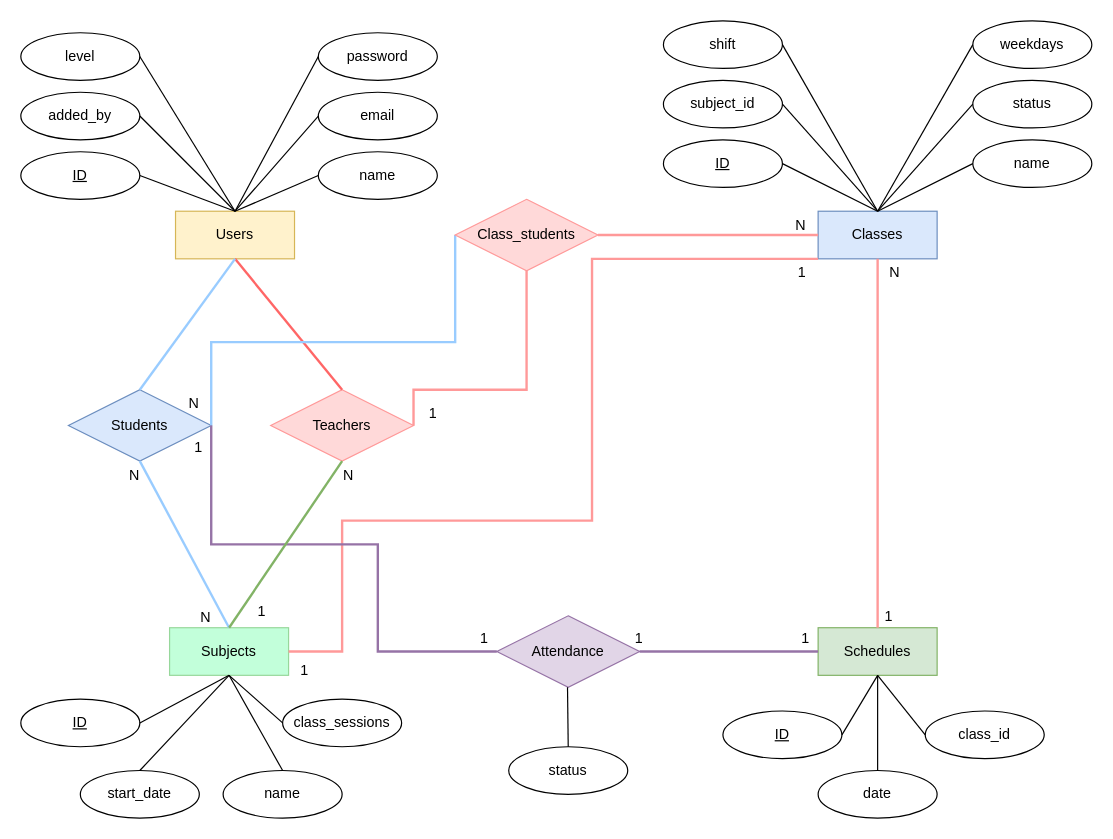
The draw.io diagram page "Trang-1" (1 of 2) of Document/EntityRelationshipModel.drawio in Prox404/doAn2J2schoolTeam21, before the edit. Source tidied: cells renumbered, new cells numbered last; positions are measured from the earlier drawing's top-left corner, leaving out a move shared by most shapes. Both pictures are drawn from the tidied source at 119%, with x=0, y=0 at pixel (20, 20).
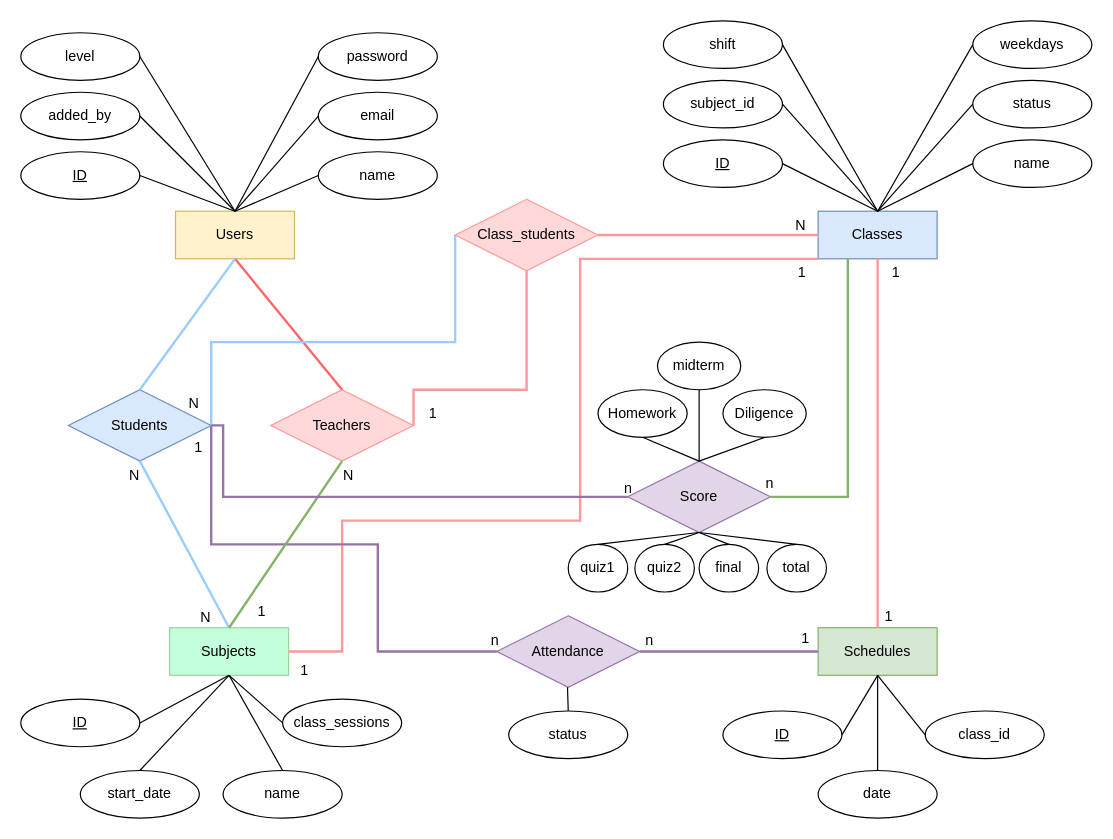
Above is the later version.

The change refers to these unchanged cells:
```xml
<mxCell id="15" value="Classes" style="whiteSpace=wrap;html=1;align=center;fillColor=#dae8fc;strokeColor=#6c8ebf;" parent="1" vertex="1">
  <mxGeometry x="670" y="160" width="100" height="40" as="geometry" />
</mxCell>
<mxCell id="35" value="Subjects" style="whiteSpace=wrap;html=1;align=center;fillColor=#C2FFDA;strokeColor=#97D79B;" parent="1" vertex="1">
  <mxGeometry x="125" y="510" width="100" height="40" as="geometry" />
</mxCell>
```

What changed in the source:
```diff
@@
-    <mxCell id="62" value="N" style="html=1;align=right;verticalAlign=bottom;strokeColor=#FF9999;fillColor=#FFD9D9;" parent="1" vertex="1">
+    <mxCell id="62" value="1" style="html=1;align=right;verticalAlign=bottom;strokeColor=#FF9999;fillColor=#FFD9D9;" parent="1" vertex="1">
       <mxGeometry x="390" y="50" as="geometry">
         <mxPoint x="349" y="170" as="offset" />
       </mxGeometry>
     </mxCell>
@@
     <mxCell id="64" style="endArrow=none;html=1;rounded=0;strokeColor=#FF9999;strokeWidth=2;exitX=1;exitY=0.5;exitDx=0;exitDy=0;entryX=0;entryY=1;entryDx=0;entryDy=0;edgeStyle=orthogonalEdgeStyle;" parent="1" edge="1" source="35" target="15">
       <mxGeometry relative="1" as="geometry">
         <Array as="points">
           <mxPoint x="270" y="530" />
           <mxPoint x="270" y="420" />
-          <mxPoint x="480" y="420" />
-          <mxPoint x="480" y="200" />
+          <mxPoint x="470" y="420" />
+          <mxPoint x="470" y="200" />
         </Array>
       </mxGeometry>
     </mxCell>
@@
-    <mxCell id="69" value="1" style="html=1;align=right;verticalAlign=bottom;" parent="1" vertex="1">
+    <mxCell id="69" value="n" style="html=1;align=right;verticalAlign=bottom;" parent="1" vertex="1">
       <mxGeometry x="400" y="520" as="geometry">
-        <mxPoint x="-7" y="7" as="offset" />
+        <mxPoint x="2" y="9" as="offset" />
       </mxGeometry>
     </mxCell>
@@
-    <mxCell id="71" value="1" style="html=1;align=right;verticalAlign=bottom;" parent="1" vertex="1">
+    <mxCell id="71" value="n" style="html=1;align=right;verticalAlign=bottom;" parent="1" vertex="1">
       <mxGeometry x="530" y="520" as="geometry">
-        <mxPoint x="-7" y="7" as="offset" />
+        <mxPoint x="2" y="9" as="offset" />
       </mxGeometry>
     </mxCell>
@@
     <mxCell id="74" value="status" style="ellipse;whiteSpace=wrap;html=1;align=center;" parent="1" vertex="1">
-      <mxGeometry x="410" y="610" width="100" height="40" as="geometry" />
+      <mxGeometry x="410" y="580" width="100" height="40" as="geometry" />
     </mxCell>
@@
+    <mxCell id="76" value="Score" style="shape=rhombus;perimeter=rhombusPerimeter;whiteSpace=wrap;html=1;align=center;fillColor=#e1d5e7;strokeColor=#9673a6;" parent="1" vertex="1">
+      <mxGeometry x="510" y="370" width="120" height="60" as="geometry" />
+    </mxCell>
+    <mxCell id="77" value="n" style="html=1;align=right;verticalAlign=bottom;" parent="1" vertex="1">
+      <mxGeometry x="510" y="390" as="geometry">
+        <mxPoint x="4" y="11" as="offset" />
+      </mxGeometry>
+    </mxCell>
+    <mxCell id="78" value="n" style="html=1;align=right;verticalAlign=bottom;" parent="1" vertex="1">
+      <mxGeometry x="640" y="390" as="geometry">
+        <mxPoint x="-7" y="7" as="offset" />
+      </mxGeometry>
+    </mxCell>
+    <mxCell id="79" value="quiz1" style="ellipse;whiteSpace=wrap;html=1;align=center;" parent="1" vertex="1">
+      <mxGeometry x="460" y="440" width="50" height="40" as="geometry" />
+    </mxCell>
+    <mxCell id="80" style="endArrow=none;html=1;rounded=0;exitX=0.5;exitY=1;exitDx=0;exitDy=0;entryX=0.5;entryY=0;entryDx=0;entryDy=0;" parent="1" edge="1" target="79">
+      <mxGeometry relative="1" as="geometry">
+        <mxPoint x="569.4" y="430" as="sourcePoint" />
+      </mxGeometry>
+    </mxCell>
+    <mxCell id="81" style="endArrow=none;html=1;rounded=0;strokeColor=#9673a6;strokeWidth=2;entryX=0;entryY=0.5;entryDx=0;entryDy=0;edgeStyle=orthogonalEdgeStyle;fillColor=#e1d5e7;" parent="1" edge="1" target="76">
+      <mxGeometry relative="1" as="geometry">
+        <mxPoint x="160" y="340" as="sourcePoint" />
+        <Array as="points">
+          <mxPoint x="170" y="340" />
+          <mxPoint x="170" y="400" />
+        </Array>
+      </mxGeometry>
+    </mxCell>
+    <mxCell id="82" style="endArrow=none;html=1;rounded=0;exitX=0.25;exitY=1;exitDx=0;exitDy=0;entryX=1;entryY=0.5;entryDx=0;entryDy=0;edgeStyle=orthogonalEdgeStyle;fillColor=#d5e8d4;strokeColor=#82b366;strokeWidth=2;" parent="1" edge="1" source="15" target="76">
+      <mxGeometry relative="1" as="geometry">
+        <Array as="points">
+          <mxPoint x="695" y="400" />
+        </Array>
+      </mxGeometry>
+    </mxCell>
+    <mxCell id="83" value="quiz2" style="ellipse;whiteSpace=wrap;html=1;align=center;" parent="1" vertex="1">
+      <mxGeometry x="516" y="440" width="50" height="40" as="geometry" />
+    </mxCell>
+    <mxCell id="84" style="endArrow=none;html=1;rounded=0;exitX=0.5;exitY=0;exitDx=0;exitDy=0;entryX=0.5;entryY=1;entryDx=0;entryDy=0;" parent="1" edge="1" source="83" target="76">
+      <mxGeometry relative="1" as="geometry" />
+    </mxCell>
+    <mxCell id="85" value="Homework" style="ellipse;whiteSpace=wrap;html=1;align=center;" parent="1" vertex="1">
+      <mxGeometry x="485" y="310" width="75" height="40" as="geometry" />
+    </mxCell>
+    <mxCell id="86" style="endArrow=none;html=1;rounded=0;exitX=0.5;exitY=0;exitDx=0;exitDy=0;entryX=0.5;entryY=1;entryDx=0;entryDy=0;" parent="1" edge="1" source="76" target="85">
+      <mxGeometry relative="1" as="geometry" />
+    </mxCell>
+    <mxCell id="87" value="final" style="ellipse;whiteSpace=wrap;html=1;align=center;" parent="1" vertex="1">
+      <mxGeometry x="570" y="440" width="50" height="40" as="geometry" />
+    </mxCell>
+    <mxCell id="88" style="endArrow=none;html=1;rounded=0;exitX=0.5;exitY=0;exitDx=0;exitDy=0;entryX=0.5;entryY=1;entryDx=0;entryDy=0;" parent="1" edge="1" source="87" target="76">
+      <mxGeometry relative="1" as="geometry" />
+    </mxCell>
+    <mxCell id="89" value="Diligence" style="ellipse;whiteSpace=wrap;html=1;align=center;" parent="1" vertex="1">
+      <mxGeometry x="590" y="310" width="70" height="40" as="geometry" />
+    </mxCell>
+    <mxCell id="90" style="endArrow=none;html=1;rounded=0;exitX=0.5;exitY=0;exitDx=0;exitDy=0;entryX=0.5;entryY=1;entryDx=0;entryDy=0;" parent="1" edge="1" source="76" target="89">
+      <mxGeometry relative="1" as="geometry" />
+    </mxCell>
+    <mxCell id="91" value="total" style="ellipse;whiteSpace=wrap;html=1;align=center;" parent="1" vertex="1">
+      <mxGeometry x="627" y="440" width="50" height="40" as="geometry" />
+    </mxCell>
+    <mxCell id="92" style="endArrow=none;html=1;rounded=0;exitX=0.5;exitY=0;exitDx=0;exitDy=0;entryX=0.5;entryY=1;entryDx=0;entryDy=0;" parent="1" edge="1" source="91" target="76">
+      <mxGeometry relative="1" as="geometry" />
+    </mxCell>
+    <mxCell id="93" value="midterm" style="ellipse;whiteSpace=wrap;html=1;align=center;" parent="1" vertex="1">
+      <mxGeometry x="535" y="270" width="70" height="40" as="geometry" />
+    </mxCell>
+    <mxCell id="94" style="endArrow=none;html=1;rounded=0;exitX=0.5;exitY=0;exitDx=0;exitDy=0;entryX=0.5;entryY=1;entryDx=0;entryDy=0;" parent="1" edge="1" source="76" target="93">
+      <mxGeometry relative="1" as="geometry" />
+    </mxCell>
```
